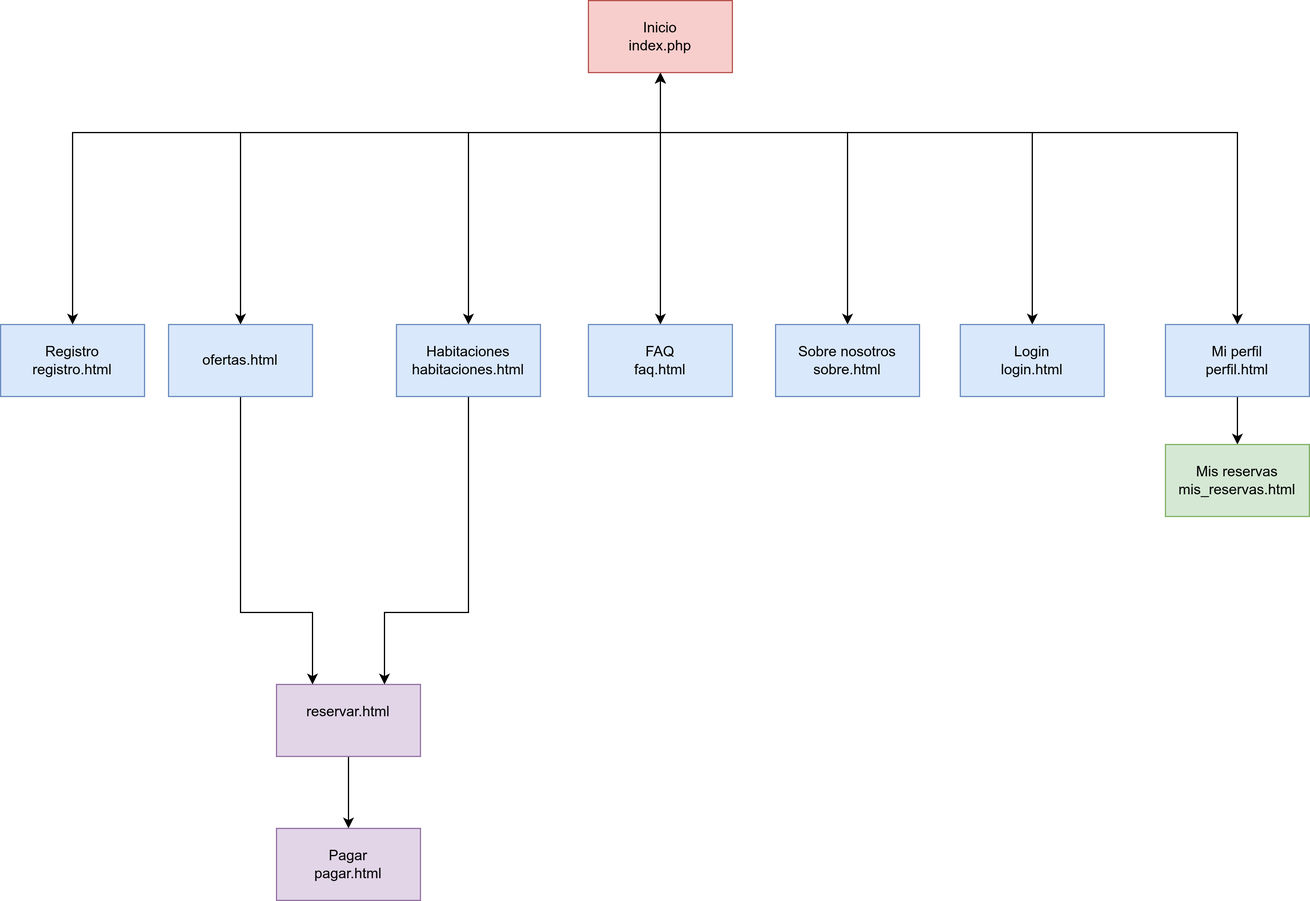
Above: P2/diagrama.png in amt911/DIU (draw.io), before the change. Source tidied: cells renumbered, new cells last; positions are measured from the earlier drawing's top-left corner, leaving out a move shared by most shapes. The source it was exported from:
```xml
<mxGraphModel>
  <root>
    <mxCell id="0" />
    <mxCell id="1" parent="0" />
    <mxCell id="2" style="edgeStyle=orthogonalEdgeStyle;rounded=0;jettySize=auto;html=1;entryX=0.5;entryY=0;entryDx=0;entryDy=0;startArrow=classic;startFill=1;" parent="1" edge="1" source="10">
      <mxGeometry relative="1" as="geometry">
        <Array as="points">
          <mxPoint x="120" y="200" />
          <mxPoint x="70" y="200" />
        </Array>
      </mxGeometry>
    </mxCell>
    <mxCell id="3" style="edgeStyle=orthogonalEdgeStyle;rounded=0;jettySize=auto;html=1;entryX=0.5;entryY=0;entryDx=0;entryDy=0;startArrow=classic;startFill=1;" parent="1" edge="1" source="10" target="11">
      <mxGeometry relative="1" as="geometry">
        <Array as="points">
          <mxPoint x="550" y="110" />
          <mxPoint x="60" y="110" />
        </Array>
      </mxGeometry>
    </mxCell>
    <mxCell id="4" style="edgeStyle=orthogonalEdgeStyle;rounded=0;jettySize=auto;html=1;entryX=0.5;entryY=0;entryDx=0;entryDy=0;startArrow=classic;startFill=1;" parent="1" edge="1" source="10" target="17">
      <mxGeometry relative="1" as="geometry">
        <Array as="points">
          <mxPoint x="550" y="110" />
          <mxPoint x="200" y="110" />
        </Array>
      </mxGeometry>
    </mxCell>
    <mxCell id="5" style="edgeStyle=orthogonalEdgeStyle;rounded=0;jettySize=auto;html=1;entryX=0.5;entryY=0;entryDx=0;entryDy=0;startArrow=classic;startFill=1;" parent="1" edge="1" source="10" target="15">
      <mxGeometry relative="1" as="geometry">
        <Array as="points">
          <mxPoint x="550" y="110" />
          <mxPoint x="390" y="110" />
        </Array>
      </mxGeometry>
    </mxCell>
    <mxCell id="6" style="edgeStyle=orthogonalEdgeStyle;rounded=0;jettySize=auto;html=1;entryX=0.5;entryY=0;entryDx=0;entryDy=0;startArrow=classic;startFill=1;" parent="1" edge="1" source="10" target="19">
      <mxGeometry relative="1" as="geometry">
        <Array as="points">
          <mxPoint x="550" y="110" />
          <mxPoint x="706" y="110" />
        </Array>
      </mxGeometry>
    </mxCell>
    <mxCell id="7" style="edgeStyle=orthogonalEdgeStyle;rounded=0;jettySize=auto;html=1;entryX=0.5;entryY=0;entryDx=0;entryDy=0;startArrow=classic;startFill=1;" parent="1" edge="1" source="10" target="23">
      <mxGeometry relative="1" as="geometry">
        <Array as="points">
          <mxPoint x="550" y="110" />
          <mxPoint x="860" y="110" />
        </Array>
      </mxGeometry>
    </mxCell>
    <mxCell id="8" style="edgeStyle=orthogonalEdgeStyle;rounded=0;jettySize=auto;html=1;entryX=0.5;entryY=0;entryDx=0;entryDy=0;startArrow=classic;startFill=1;" parent="1" edge="1" source="10" target="21">
      <mxGeometry relative="1" as="geometry">
        <Array as="points">
          <mxPoint x="550" y="110" />
          <mxPoint x="1031" y="110" />
        </Array>
      </mxGeometry>
    </mxCell>
    <mxCell id="9" style="edgeStyle=orthogonalEdgeStyle;rounded=0;jettySize=auto;html=1;entryX=0.5;entryY=0;entryDx=0;entryDy=0;startArrow=classic;startFill=1;" parent="1" edge="1" source="10" target="18">
      <mxGeometry relative="1" as="geometry" />
    </mxCell>
    <mxCell id="10" value="Inicio&lt;br&gt;&lt;div&gt;index.php&lt;/div&gt;" style="rounded=0;whiteSpace=wrap;html=1;fillColor=#f8cecc;strokeColor=#b85450;glass=0;sketch=0;shadow=0;" parent="1" vertex="1">
      <mxGeometry x="490" width="120" height="60" as="geometry" />
    </mxCell>
    <mxCell id="11" value="&lt;div&gt;Registro&lt;br&gt;&lt;/div&gt;&lt;div&gt;registro.html&lt;/div&gt;" style="rounded=0;whiteSpace=wrap;html=1;fillColor=#dae8fc;strokeColor=#6c8ebf;" parent="1" vertex="1">
      <mxGeometry y="270" width="120" height="60" as="geometry" />
    </mxCell>
    <mxCell id="12" style="edgeStyle=orthogonalEdgeStyle;rounded=0;jettySize=auto;html=1;entryX=0.5;entryY=0;entryDx=0;entryDy=0;startArrow=none;startFill=0;" parent="1" edge="1" source="13" target="24">
      <mxGeometry relative="1" as="geometry" />
    </mxCell>
    <mxCell id="13" value="&lt;div&gt;reservar.html&lt;/div&gt;&lt;div&gt;&lt;br&gt;&lt;/div&gt;" style="rounded=0;whiteSpace=wrap;html=1;fillColor=#e1d5e7;strokeColor=#9673a6;" parent="1" vertex="1">
      <mxGeometry x="230" y="570" width="120" height="60" as="geometry" />
    </mxCell>
    <mxCell id="14" style="edgeStyle=orthogonalEdgeStyle;rounded=0;jettySize=auto;html=1;entryX=0.75;entryY=0;entryDx=0;entryDy=0;startArrow=none;startFill=0;" parent="1" edge="1" source="15" target="13">
      <mxGeometry relative="1" as="geometry">
        <Array as="points">
          <mxPoint x="390" y="510" />
          <mxPoint x="320" y="510" />
        </Array>
      </mxGeometry>
    </mxCell>
    <mxCell id="15" value="Habitaciones&lt;br&gt;&lt;div&gt;habitaciones.html&lt;/div&gt;" style="rounded=0;whiteSpace=wrap;html=1;fillColor=#dae8fc;strokeColor=#6c8ebf;" parent="1" vertex="1">
      <mxGeometry x="330" y="270" width="120" height="60" as="geometry" />
    </mxCell>
    <mxCell id="16" style="edgeStyle=orthogonalEdgeStyle;rounded=0;jettySize=auto;html=1;entryX=0.25;entryY=0;entryDx=0;entryDy=0;startArrow=none;startFill=0;" parent="1" edge="1" source="17" target="13">
      <mxGeometry relative="1" as="geometry">
        <Array as="points">
          <mxPoint x="200" y="510" />
          <mxPoint x="260" y="510" />
        </Array>
      </mxGeometry>
    </mxCell>
    <mxCell id="17" value="ofertas.html" style="rounded=0;whiteSpace=wrap;html=1;fillColor=#dae8fc;strokeColor=#6c8ebf;" parent="1" vertex="1">
      <mxGeometry x="140" y="270" width="120" height="60" as="geometry" />
    </mxCell>
    <mxCell id="18" value="&lt;div&gt;FAQ&lt;/div&gt;&lt;div&gt;faq.html&lt;/div&gt;" style="rounded=0;whiteSpace=wrap;html=1;fillColor=#dae8fc;strokeColor=#6c8ebf;" parent="1" vertex="1">
      <mxGeometry x="490" y="270" width="120" height="60" as="geometry" />
    </mxCell>
    <mxCell id="19" value="Sobre nosotros&lt;br&gt;sobre.html" style="rounded=0;whiteSpace=wrap;html=1;fillColor=#dae8fc;strokeColor=#6c8ebf;" parent="1" vertex="1">
      <mxGeometry x="646" y="270" width="120" height="60" as="geometry" />
    </mxCell>
    <mxCell id="20" style="edgeStyle=orthogonalEdgeStyle;rounded=0;jettySize=auto;html=1;entryX=0.5;entryY=0;entryDx=0;entryDy=0;startArrow=none;startFill=0;" parent="1" edge="1" source="21" target="22">
      <mxGeometry relative="1" as="geometry" />
    </mxCell>
    <mxCell id="21" value="&lt;div&gt;Mi perfil&lt;/div&gt;&lt;div&gt;perfil.html&lt;/div&gt;" style="rounded=0;whiteSpace=wrap;html=1;fillColor=#dae8fc;strokeColor=#6c8ebf;" parent="1" vertex="1">
      <mxGeometry x="971" y="270" width="120" height="60" as="geometry" />
    </mxCell>
    <mxCell id="22" value="&lt;div&gt;Mis reservas&lt;/div&gt;&lt;div&gt;mis_reservas.html&lt;/div&gt;" style="rounded=0;whiteSpace=wrap;html=1;fillColor=#d5e8d4;strokeColor=#82b366;" parent="1" vertex="1">
      <mxGeometry x="971" y="370" width="120" height="60" as="geometry" />
    </mxCell>
    <mxCell id="23" value="Login&lt;br&gt;login.html" style="rounded=0;whiteSpace=wrap;html=1;fillColor=#dae8fc;strokeColor=#6c8ebf;" parent="1" vertex="1">
      <mxGeometry x="800" y="270" width="120" height="60" as="geometry" />
    </mxCell>
    <mxCell id="24" value="&lt;div&gt;Pagar&lt;/div&gt;&lt;div&gt;pagar.html&lt;/div&gt;" style="rounded=0;whiteSpace=wrap;html=1;fillColor=#e1d5e7;strokeColor=#9673a6;" parent="1" vertex="1">
      <mxGeometry x="230" y="690" width="120" height="60" as="geometry" />
    </mxCell>
  </root>
</mxGraphModel>
```
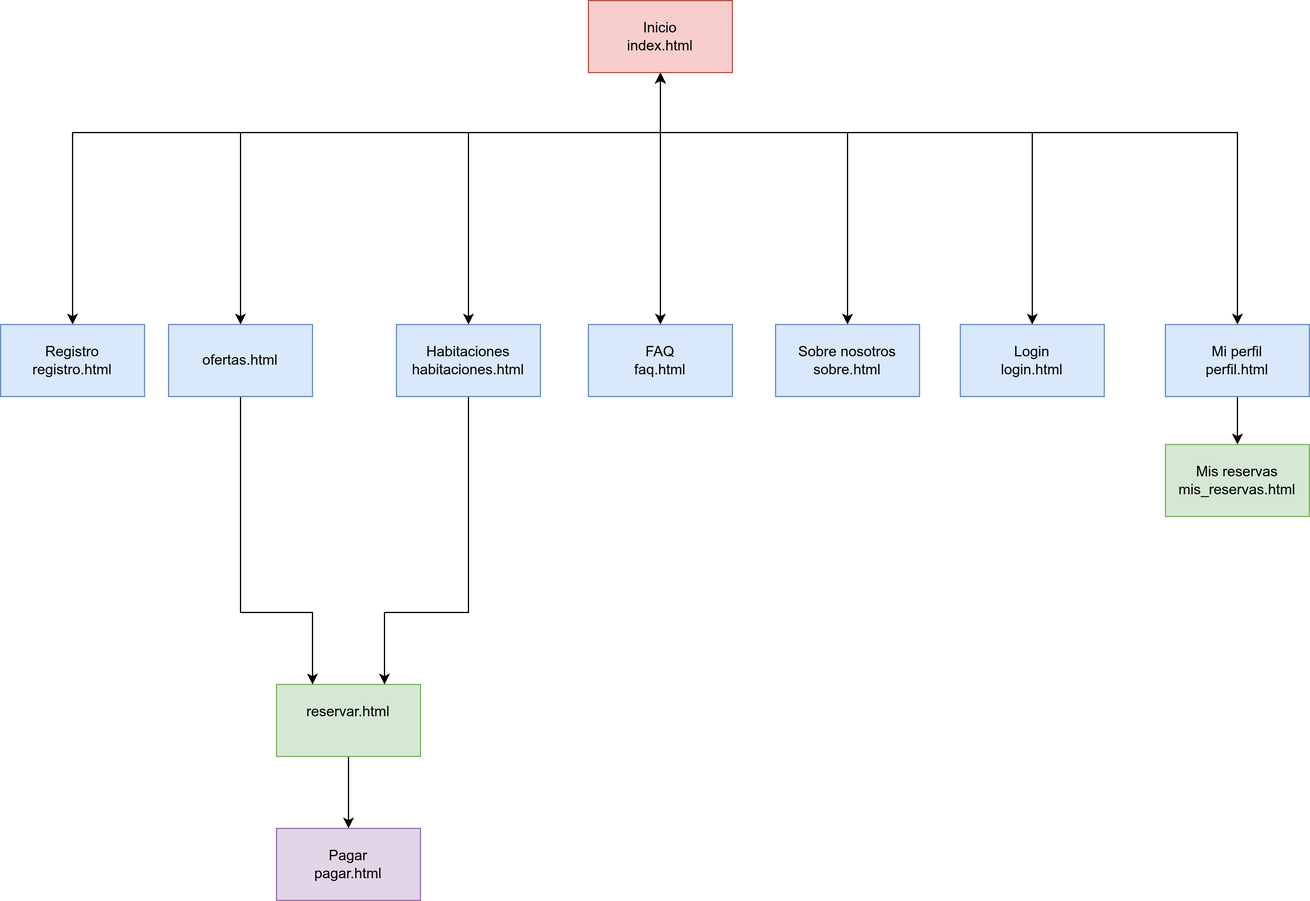
The same diagram one commit later.

Diff of the diagram source:
```diff
@@ -61,7 +61,7 @@
     <mxCell id="9" style="edgeStyle=orthogonalEdgeStyle;rounded=0;jettySize=auto;html=1;entryX=0.5;entryY=0;entryDx=0;entryDy=0;startArrow=classic;startFill=1;" parent="1" edge="1" source="10" target="18">
       <mxGeometry relative="1" as="geometry" />
     </mxCell>
-    <mxCell id="10" value="Inicio&lt;br&gt;&lt;div&gt;index.php&lt;/div&gt;" style="rounded=0;whiteSpace=wrap;html=1;fillColor=#f8cecc;strokeColor=#b85450;glass=0;sketch=0;shadow=0;" parent="1" vertex="1">
+    <mxCell id="10" value="Inicio&lt;br&gt;&lt;div&gt;index.html&lt;/div&gt;" style="rounded=0;whiteSpace=wrap;html=1;fillColor=#f8cecc;strokeColor=#b85450;glass=0;sketch=0;shadow=0;" parent="1" vertex="1">
       <mxGeometry x="490" width="120" height="60" as="geometry" />
     </mxCell>
     <mxCell id="11" value="&lt;div&gt;Registro&lt;br&gt;&lt;/div&gt;&lt;div&gt;registro.html&lt;/div&gt;" style="rounded=0;whiteSpace=wrap;html=1;fillColor=#dae8fc;strokeColor=#6c8ebf;" parent="1" vertex="1">
@@ -70,7 +70,7 @@
     <mxCell id="12" style="edgeStyle=orthogonalEdgeStyle;rounded=0;jettySize=auto;html=1;entryX=0.5;entryY=0;entryDx=0;entryDy=0;startArrow=none;startFill=0;" parent="1" edge="1" source="13" target="24">
       <mxGeometry relative="1" as="geometry" />
     </mxCell>
-    <mxCell id="13" value="&lt;div&gt;reservar.html&lt;/div&gt;&lt;div&gt;&lt;br&gt;&lt;/div&gt;" style="rounded=0;whiteSpace=wrap;html=1;fillColor=#e1d5e7;strokeColor=#9673a6;" parent="1" vertex="1">
+    <mxCell id="13" value="&lt;div&gt;reservar.html&lt;/div&gt;&lt;div&gt;&lt;br&gt;&lt;/div&gt;" style="rounded=0;whiteSpace=wrap;html=1;fillColor=#d5e8d4;strokeColor=#82b366;" parent="1" vertex="1">
       <mxGeometry x="230" y="570" width="120" height="60" as="geometry" />
     </mxCell>
     <mxCell id="14" style="edgeStyle=orthogonalEdgeStyle;rounded=0;jettySize=auto;html=1;entryX=0.75;entryY=0;entryDx=0;entryDy=0;startArrow=none;startFill=0;" parent="1" edge="1" source="15" target="13">
```
